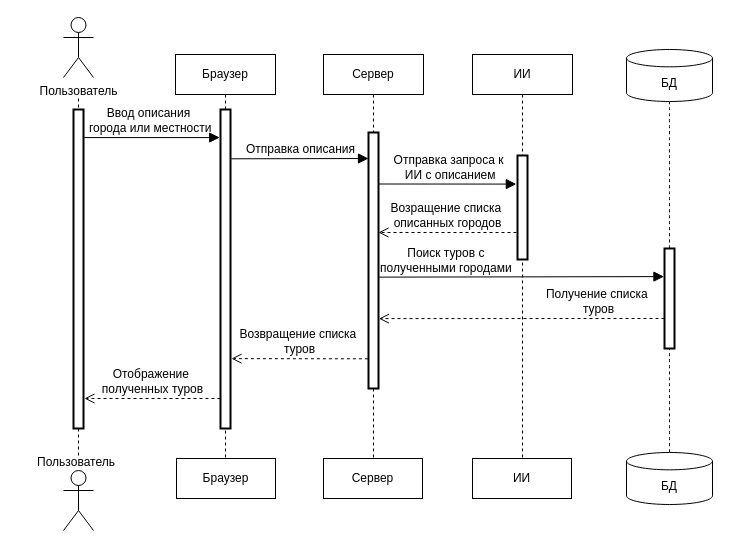
Earlier version of the draw.io diagram page "Страница — 1" (1 of 3) of Документы на диплом/Графическая часть/drawio/Последовательность.drawio (IlyhaDmi28/WorldTours). Source tidied: cells renumbered, new cells numbered last; positions are measured from the earlier drawing's top-left corner, leaving out a move shared by most shapes. Both pictures are drawn from the tidied source at 100%, with x=0, y=0 at pixel (17, 17).
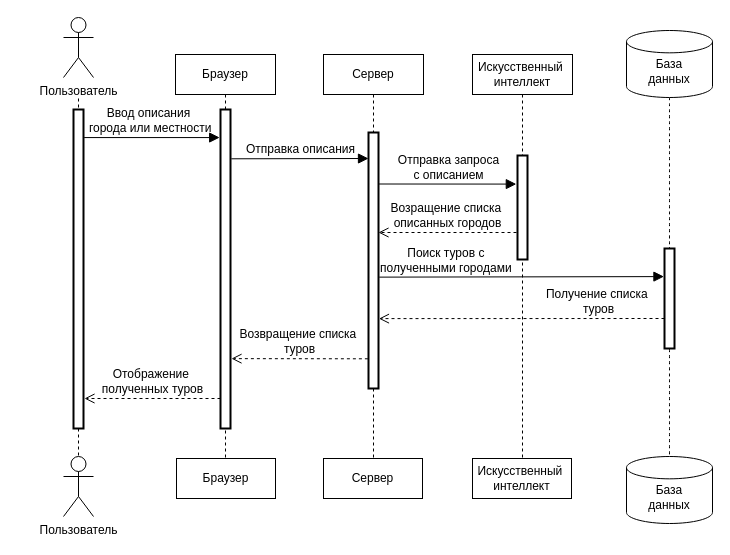
The same diagram, later.

Unchanged cells that the change refers to:
```xml
<mxCell id="11" style="rounded=0;whiteSpace=wrap;html=1;strokeWidth=2;" parent="1" vertex="1">
  <mxGeometry x="500" y="138" width="10" height="104" as="geometry" />
</mxCell>
```

Change to the diagram source:
```diff
@@
-    <mxCell id="7" value="ИИ" style="shape=umlLifeline;perimeter=lifelinePerimeter;whiteSpace=wrap;html=1;newEdgeStyle={&quot;curved&quot;:0,&quot;rounded&quot;:0};strokeWidth=1;" parent="1" vertex="1">
+    <mxCell id="7" value="Искусственный&amp;nbsp;&lt;div&gt;интеллект&lt;/div&gt;" style="shape=umlLifeline;perimeter=lifelinePerimeter;whiteSpace=wrap;html=1;newEdgeStyle={&quot;curved&quot;:0,&quot;rounded&quot;:0};strokeWidth=1;" parent="1" vertex="1">
       <mxGeometry x="455" y="37" width="100" height="404" as="geometry" />
     </mxCell>
@@
-    <mxCell id="16" value="Отправка запроса к&lt;div&gt;&amp;nbsp;ИИ с описанием&lt;/div&gt;" style="html=1;verticalAlign=bottom;endArrow=block;curved=0;rounded=0;fontSize=12;startSize=8;endSize=8;exitX=1.089;exitY=0.207;exitDx=0;exitDy=0;exitPerimeter=0;entryX=-0.119;entryY=0.275;entryDx=0;entryDy=0;entryPerimeter=0;" parent="1" edge="1" target="11">
+    <mxCell id="16" value="Отправка запроса&lt;div&gt;с описанием&lt;/div&gt;" style="html=1;verticalAlign=bottom;endArrow=block;curved=0;rounded=0;fontSize=12;startSize=8;endSize=8;exitX=1.089;exitY=0.207;exitDx=0;exitDy=0;exitPerimeter=0;entryX=-0.119;entryY=0.275;entryDx=0;entryDy=0;entryPerimeter=0;" parent="1" edge="1" target="11">
       <mxGeometry x="0.01" relative="1" as="geometry">
         <mxPoint x="361.6" y="166.5" as="sourcePoint" />
       </mxGeometry>
     </mxCell>
@@
-    <mxCell id="21" value="&lt;div&gt;&lt;br&gt;&lt;/div&gt;БД" style="strokeWidth=1;html=1;shape=mxgraph.flowchart.database;whiteSpace=wrap;" parent="1" vertex="1">
-      <mxGeometry x="609" y="32" width="86" height="52" as="geometry" />
+    <mxCell id="21" value="&lt;div&gt;&lt;br&gt;База &lt;br&gt;данных&lt;/div&gt;" style="strokeWidth=1;html=1;shape=mxgraph.flowchart.database;whiteSpace=wrap;" parent="1" vertex="1">
+      <mxGeometry x="609" y="13" width="86" height="67" as="geometry" />
     </mxCell>
@@
-    <mxCell id="24" value="ИИ" style="rounded=0;whiteSpace=wrap;html=1;" parent="1" vertex="1">
+    <mxCell id="24" value="Искусственный&amp;nbsp;&lt;div&gt;интеллект&lt;/div&gt;" style="rounded=0;whiteSpace=wrap;html=1;" parent="1" vertex="1">
       <mxGeometry x="455" y="441" width="99" height="40" as="geometry" />
     </mxCell>
-    <mxCell id="25" style="shape=umlActor;verticalLabelPosition=bottom;verticalAlign=top;html=1;" parent="1" vertex="1">
-      <mxGeometry x="46" y="453" width="30" height="60" as="geometry" />
+    <mxCell id="25" value="Пользователь" style="shape=umlActor;verticalLabelPosition=bottom;verticalAlign=top;html=1;" parent="1" vertex="1">
+      <mxGeometry x="46" y="439" width="30" height="60" as="geometry" />
     </mxCell>
-    <mxCell id="26" value="&lt;div&gt;&lt;br&gt;&lt;/div&gt;БД" style="strokeWidth=1;html=1;shape=mxgraph.flowchart.database;whiteSpace=wrap;" parent="1" vertex="1">
-      <mxGeometry x="609" y="435" width="86" height="52" as="geometry" />
-    </mxCell>
-    <mxCell id="27" value="Пользователь" style="text;html=1;align=center;verticalAlign=middle;whiteSpace=wrap;rounded=0;" parent="1" vertex="1">
-      <mxGeometry y="430" width="118" height="30" as="geometry" />
-    </mxCell>
+    <mxCell id="28" value="&lt;div&gt;&lt;br&gt;База &lt;br&gt;данных&lt;/div&gt;" style="strokeWidth=1;html=1;shape=mxgraph.flowchart.database;whiteSpace=wrap;" parent="1" vertex="1">
+      <mxGeometry x="609" y="439" width="86" height="67" as="geometry" />
+    </mxCell>
```
